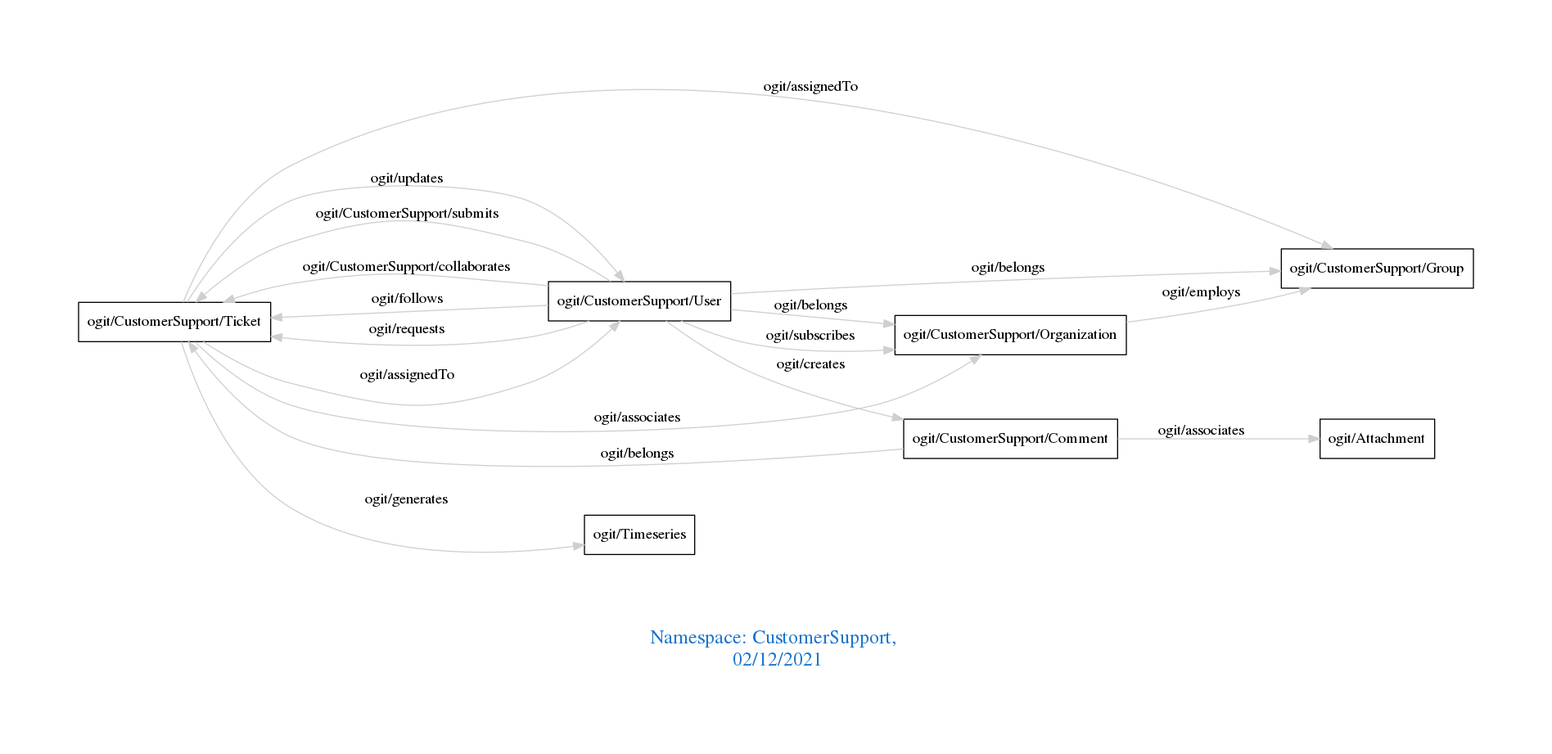
Above: downloads/CustomerSupport.png in arago/OGIT (Graphviz), before the change. Its source is kept beside it as downloads/CustomerSupport.dot.
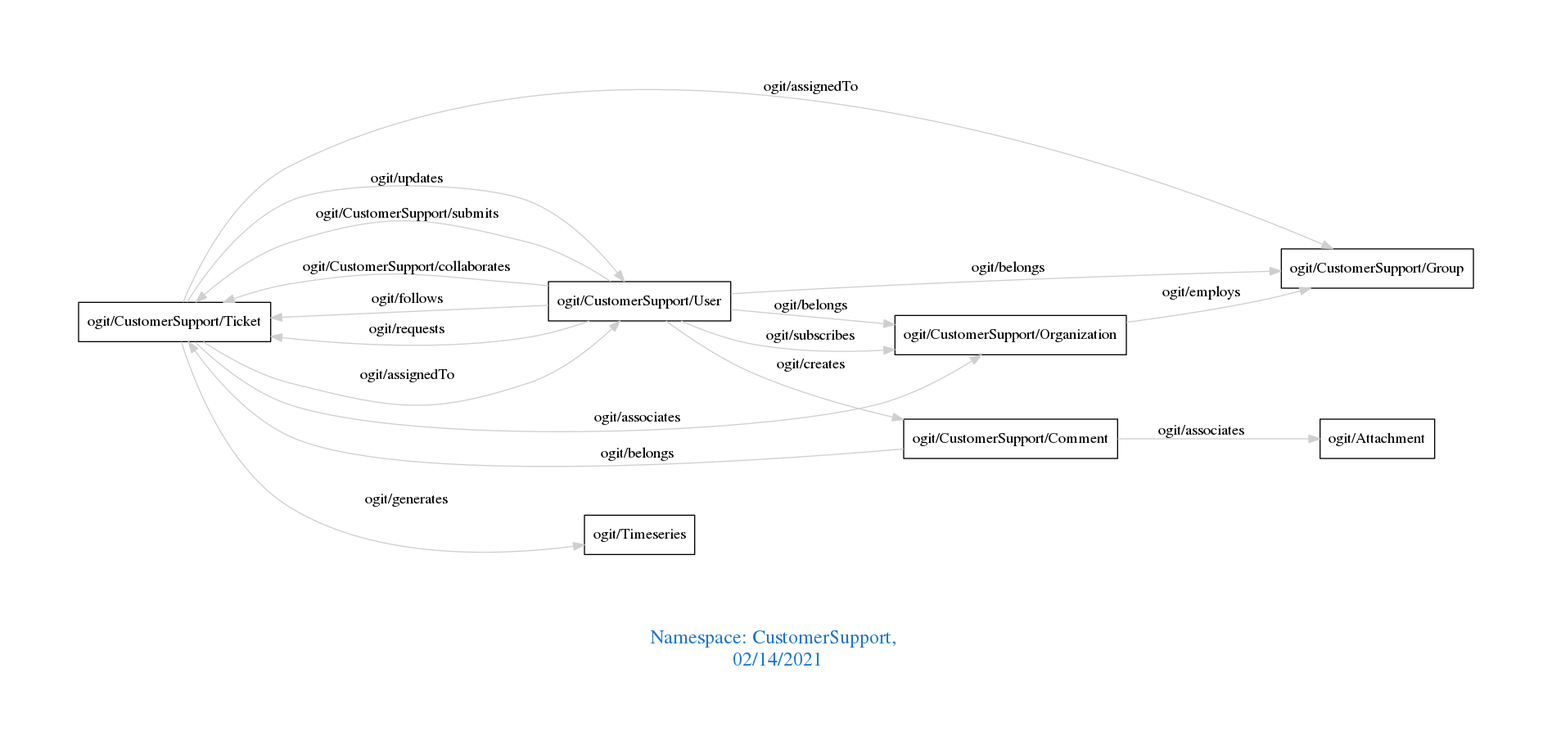
Later version of the same file.

The edit, as a diff of the source:
```diff
@@ -1,7 +1,7 @@
 digraph OGIT_ontology {
  graph [ rankdir= LR,pad=1
 fontsize = 18,
-fontcolor= dodgerblue3,label = "\n\n\nNamespace: CustomerSupport, \n 02/12/2021"];
+fontcolor= dodgerblue3,label = "\n\n\nNamespace: CustomerSupport, \n 02/14/2021"];
 node[shape=polygon];
 edge [  color="gray81"];
 
```
